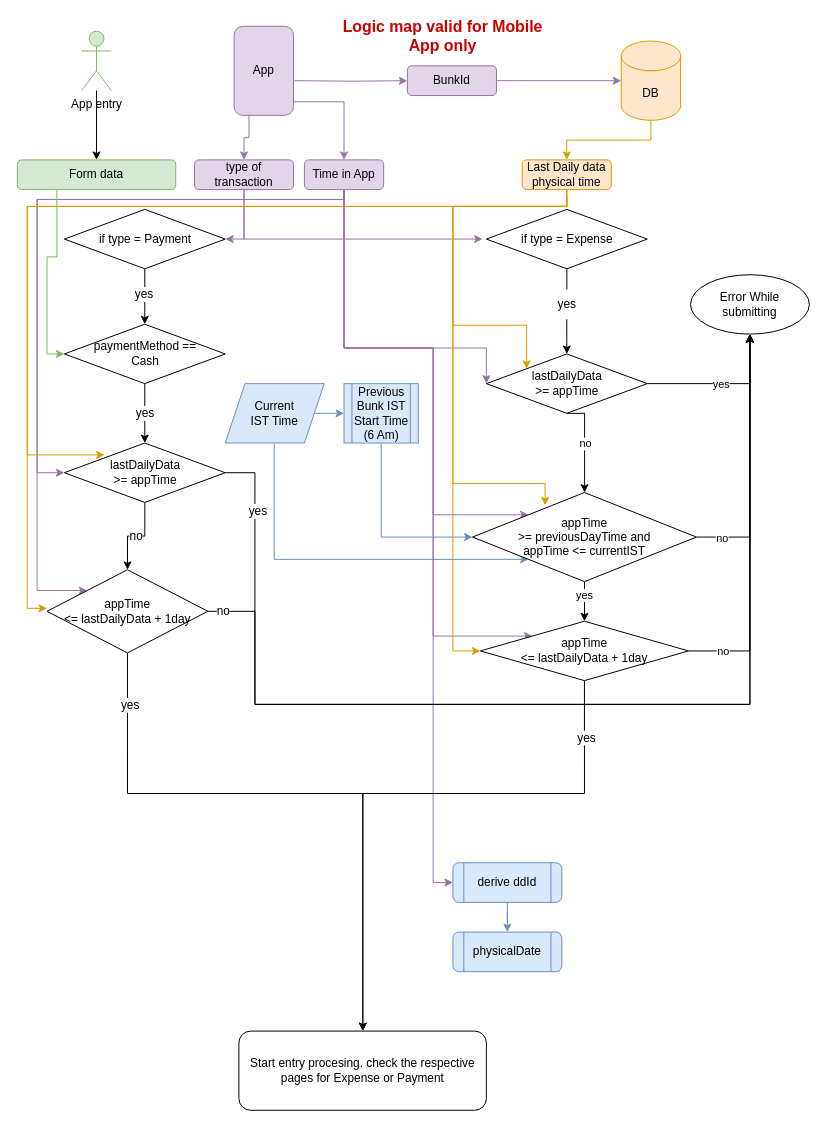
Earlier version of the draw.io diagram page "InitialCheck" (1 of 3) of Creditor_Transactions.drawio (LakshEternl/GazoLogicMap). Source tidied: cells renumbered, new cells numbered last; positions are measured from the earlier drawing's top-left corner, leaving out a move shared by most shapes. Both pictures are drawn from the tidied source at 99%, with x=0, y=0 at pixel (17, 21).
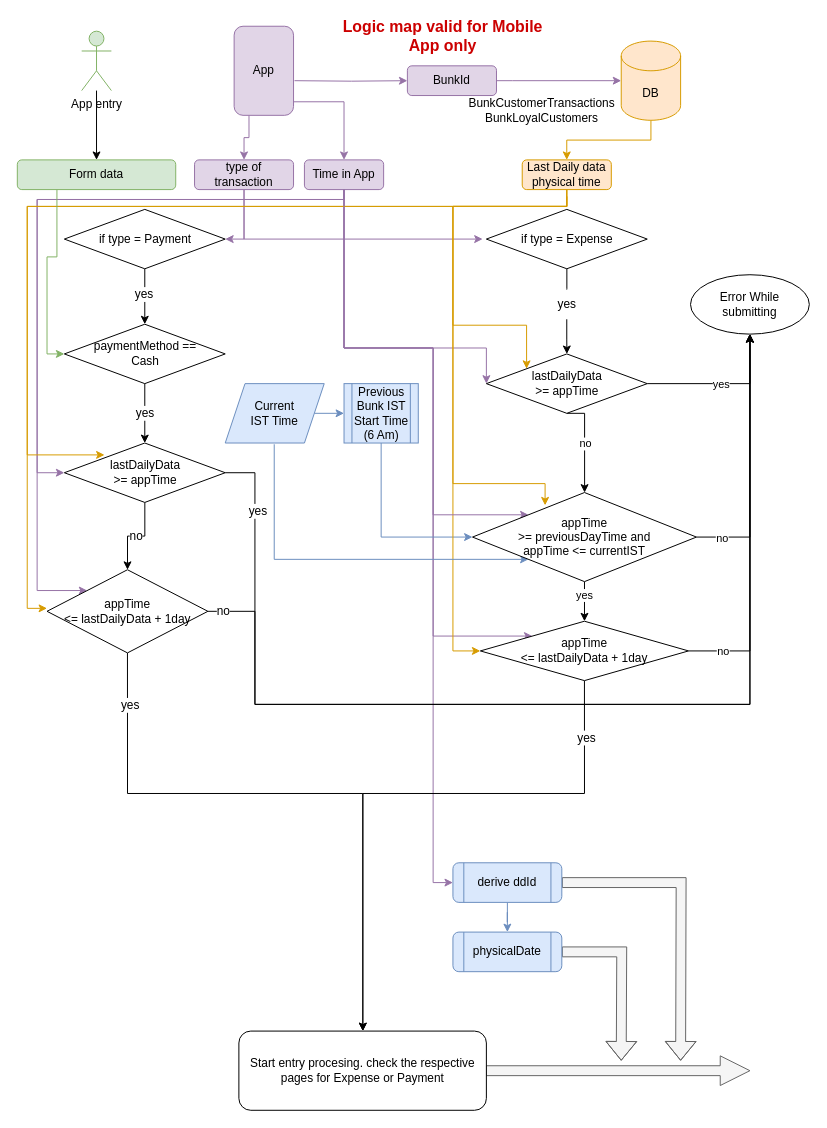
The same diagram, later.

Unchanged cells that the change refers to:
```xml
<mxCell id="68" value="Start entry procesing. check the respective pages for Expense or Payment" style="rounded=1;whiteSpace=wrap;html=1;fontSize=12;fontColor=#000000;" parent="1" vertex="1">
  <mxGeometry x="223.8" y="1020" width="250" height="80" as="geometry" />
</mxCell>
<mxCell id="70" value="derive ddId" style="shape=process;whiteSpace=wrap;html=1;backgroundOutline=1;fillColor=#dae8fc;strokeColor=#6c8ebf;rounded=1;" parent="1" vertex="1">
  <mxGeometry x="440" y="850" width="110" height="40" as="geometry" />
</mxCell>
<mxCell id="71" value="physicalDate" style="shape=process;whiteSpace=wrap;html=1;backgroundOutline=1;fillColor=#dae8fc;strokeColor=#6c8ebf;rounded=1;" parent="1" vertex="1">
  <mxGeometry x="440" y="920" width="110" height="40" as="geometry" />
</mxCell>
```

What changed in the source:
```diff
@@
+    <mxCell id="72" style="edgeStyle=orthogonalEdgeStyle;rounded=0;jettySize=auto;html=1;exitX=1;exitY=0.5;exitDx=0;exitDy=0;fontSize=12;fontColor=#000000;shape=arrow;fillColor=#f5f5f5;strokeColor=#666666;" parent="1" edge="1" source="68">
+      <mxGeometry relative="1" as="geometry">
+        <mxPoint x="740" y="1060" as="targetPoint" />
+      </mxGeometry>
+    </mxCell>
@@
+    <mxCell id="73" style="edgeStyle=orthogonalEdgeStyle;shape=flexArrow;rounded=0;jettySize=auto;html=1;exitX=1;exitY=0.5;exitDx=0;exitDy=0;fontSize=12;fontColor=#000000;fillColor=#f5f5f5;strokeColor=#666666;" parent="1" edge="1" source="70">
+      <mxGeometry relative="1" as="geometry">
+        <mxPoint x="670" y="1050" as="targetPoint" />
+      </mxGeometry>
+    </mxCell>
@@
+    <mxCell id="74" style="edgeStyle=orthogonalEdgeStyle;shape=flexArrow;rounded=0;jettySize=auto;html=1;exitX=1;exitY=0.5;exitDx=0;exitDy=0;fontSize=12;fontColor=#000000;fillColor=#f5f5f5;strokeColor=#666666;" parent="1" edge="1" source="71">
+      <mxGeometry relative="1" as="geometry">
+        <mxPoint x="610" y="1050" as="targetPoint" />
+      </mxGeometry>
+    </mxCell>
@@
+    <mxCell id="75" value="&lt;div&gt;BunkCustomerTransactions&lt;/div&gt;&lt;div&gt;BunkLoyalCustomers&lt;br&gt;&lt;/div&gt;" style="text;html=1;strokeColor=none;fillColor=none;align=center;verticalAlign=middle;whiteSpace=wrap;rounded=0;strokeWidth=4;fontSize=12;fontColor=#000000;" parent="1" vertex="1">
+      <mxGeometry x="500" y="75" width="60" height="30" as="geometry" />
+    </mxCell>
```
